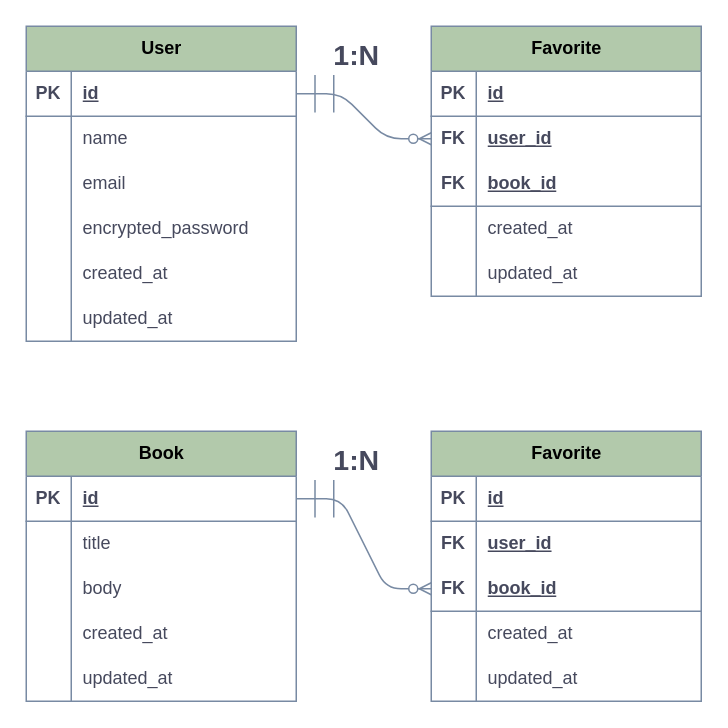
Above: team_nk/いいね機能.drawio in Ganmo3/drawio (draw.io), before the change. Source tidied: cells renumbered, new cells numbered last; positions are measured from the earlier drawing's top-left corner, leaving out a move shared by most shapes. Both pictures are drawn from the tidied source at 150%, with x=0, y=0 at pixel (26, 26).
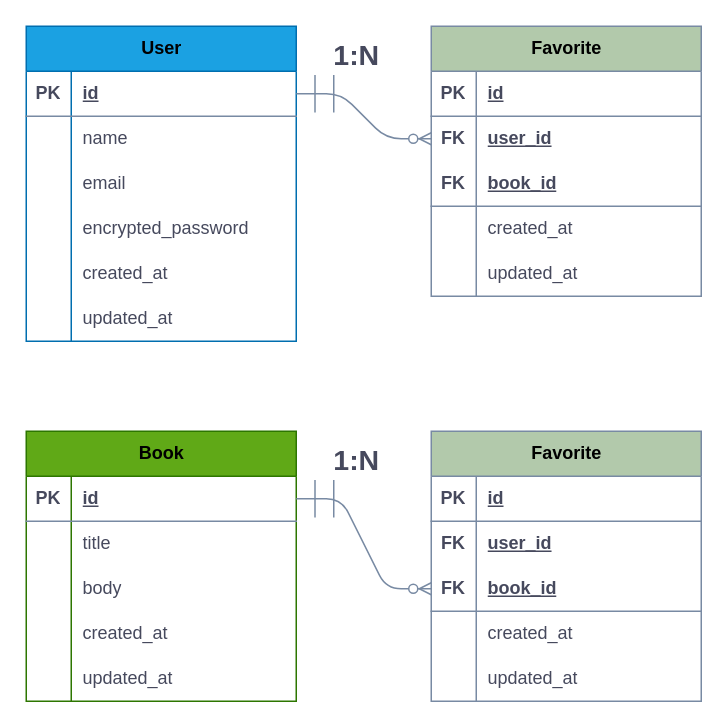
The same diagram, later.

Commit message (it also covers changes not shown here):
いいね機能.drawio を更新します

Diff of the diagram source:
```diff
@@
-    <mxCell id="2" value="&lt;font color=&quot;#000000&quot;&gt;User&lt;/font&gt;" style="shape=table;startSize=30;childLayout=tableLayout;rowLines=0;fontStyle=1;align=center;html=1;strokeColor=#788AA3;fontFamily=Helvetica;fontSize=12;fontColor=#46495D;fillColor=#B2C9AB;labelBackgroundColor=none;" parent="1" vertex="1">
+    <mxCell id="2" value="&lt;font color=&quot;#000000&quot;&gt;User&lt;/font&gt;" style="shape=table;startSize=30;childLayout=tableLayout;rowLines=0;fontStyle=1;align=center;html=1;strokeColor=#006EAF;fontFamily=Helvetica;fontSize=12;fontColor=#ffffff;fillColor=#1ba1e2;labelBackgroundColor=none;" parent="1" vertex="1">
       <mxGeometry width="180" height="210" as="geometry" />
     </mxCell>
@@
-    <mxCell id="38" value="&lt;font color=&quot;#000000&quot;&gt;Book&lt;/font&gt;" style="shape=table;startSize=30;childLayout=tableLayout;rowLines=0;fontStyle=1;align=center;html=1;strokeColor=#788AA3;fontFamily=Helvetica;fontSize=12;fontColor=#46495D;fillColor=#B2C9AB;labelBackgroundColor=none;" parent="1" vertex="1">
+    <mxCell id="38" value="&lt;font color=&quot;#000000&quot;&gt;Book&lt;/font&gt;" style="shape=table;startSize=30;childLayout=tableLayout;rowLines=0;fontStyle=1;align=center;html=1;strokeColor=#2D7600;fontFamily=Helvetica;fontSize=12;fontColor=#ffffff;fillColor=#60a917;labelBackgroundColor=none;" parent="1" vertex="1">
       <mxGeometry y="270" width="180" height="180" as="geometry" />
     </mxCell>
```
